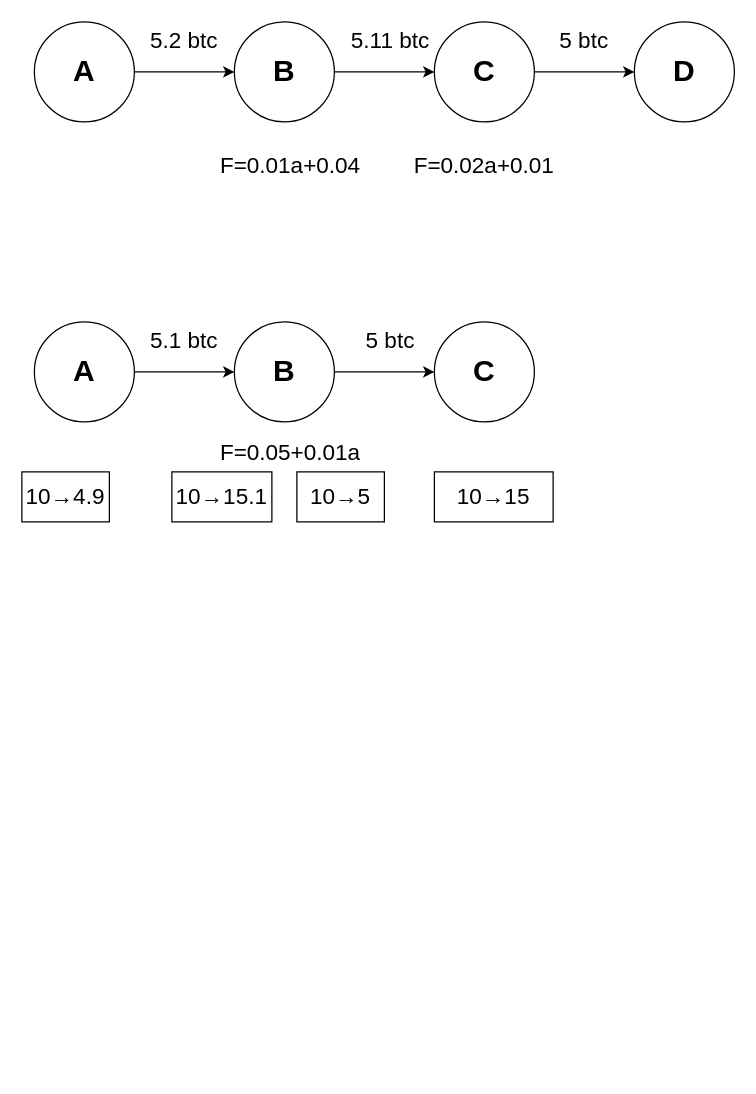
EM-FF/text keeps this draw.io diagram as 支付通道网络中借助其他节点转账.drawio. Above is the earlier version. Source tidied: cells renumbered, new cells numbered last; positions are measured from the earlier drawing's top-left corner, leaving out a move shared by most shapes. Both pictures are drawn from the tidied source at 125%, with x=0, y=0 at pixel (21, 21).
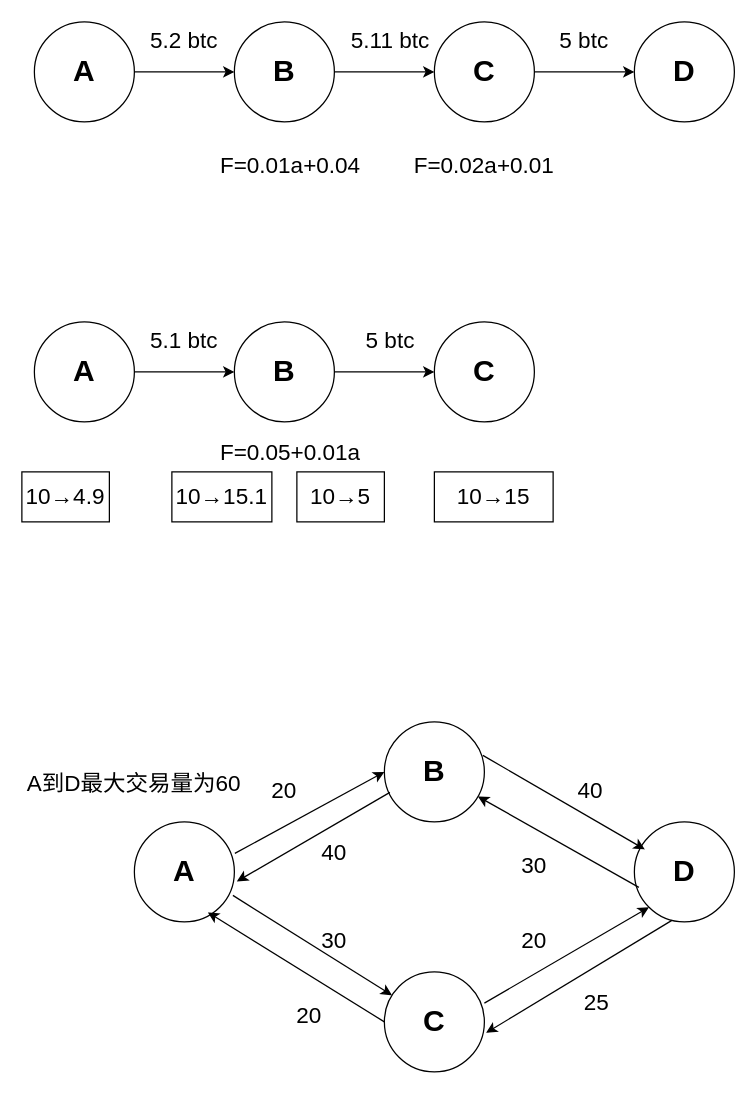
The same page after the edit.

Commit message:
更新支付通道网络中借助其他节点转账.drawio

Change to the diagram source:
```diff
@@
+    <mxCell id="26" value="&lt;font style=&quot;font-size: 24px;&quot;&gt;&lt;b&gt;A&lt;/b&gt;&lt;/font&gt;" style="ellipse;whiteSpace=wrap;html=1;" parent="1" vertex="1">
+      <mxGeometry x="90" y="640" width="80" height="80" as="geometry" />
+    </mxCell>
+    <mxCell id="27" value="&lt;span style=&quot;font-size: 24px;&quot;&gt;&lt;b&gt;C&lt;/b&gt;&lt;/span&gt;" style="ellipse;whiteSpace=wrap;html=1;" parent="1" vertex="1">
+      <mxGeometry x="290" y="760" width="80" height="80" as="geometry" />
+    </mxCell>
+    <mxCell id="28" value="&lt;span style=&quot;font-size: 24px;&quot;&gt;&lt;b&gt;D&lt;/b&gt;&lt;/span&gt;" style="ellipse;whiteSpace=wrap;html=1;" parent="1" vertex="1">
+      <mxGeometry x="490" y="640" width="80" height="80" as="geometry" />
+    </mxCell>
+    <mxCell id="29" value="&lt;span style=&quot;font-size: 24px;&quot;&gt;&lt;b&gt;B&lt;/b&gt;&lt;/span&gt;" style="ellipse;whiteSpace=wrap;html=1;" parent="1" vertex="1">
+      <mxGeometry x="290" y="560" width="80" height="80" as="geometry" />
+    </mxCell>
+    <mxCell id="30" style="endArrow=classic;html=1;rounded=0;exitX=1.005;exitY=0.315;exitDx=0;exitDy=0;exitPerimeter=0;entryX=0;entryY=0.5;entryDx=0;entryDy=0;" parent="1" edge="1" source="26" target="29">
+      <mxGeometry relative="1" as="geometry" />
+    </mxCell>
+    <mxCell id="31" style="endArrow=classic;html=1;rounded=0;exitX=0.985;exitY=0.735;exitDx=0;exitDy=0;exitPerimeter=0;" parent="1" edge="1" source="26" target="27">
+      <mxGeometry relative="1" as="geometry" />
+    </mxCell>
+    <mxCell id="32" style="endArrow=classic;html=1;rounded=0;entryX=0.105;entryY=0.275;entryDx=0;entryDy=0;exitX=0.985;exitY=0.335;exitDx=0;exitDy=0;exitPerimeter=0;entryPerimeter=0;" parent="1" edge="1" source="29" target="28">
+      <mxGeometry relative="1" as="geometry" />
+    </mxCell>
+    <mxCell id="33" style="endArrow=classic;html=1;rounded=0;exitX=0;exitY=0.5;exitDx=0;exitDy=0;entryX=0.735;entryY=0.905;entryDx=0;entryDy=0;entryPerimeter=0;" parent="1" edge="1" source="27" target="26">
+      <mxGeometry relative="1" as="geometry" />
+    </mxCell>
+    <mxCell id="34" style="endArrow=classic;html=1;rounded=0;exitX=0.045;exitY=0.655;exitDx=0;exitDy=0;exitPerimeter=0;" parent="1" edge="1" source="28" target="29">
+      <mxGeometry relative="1" as="geometry" />
+    </mxCell>
+    <mxCell id="35" style="endArrow=classic;html=1;rounded=0;exitX=1.005;exitY=0.315;exitDx=0;exitDy=0;exitPerimeter=0;entryX=0;entryY=1;entryDx=0;entryDy=0;" parent="1" edge="1" target="28">
+      <mxGeometry relative="1" as="geometry">
+        <mxPoint x="370" y="785" as="sourcePoint" />
+      </mxGeometry>
+    </mxCell>
+    <mxCell id="36" style="endArrow=classic;html=1;rounded=0;exitX=0.055;exitY=0.705;exitDx=0;exitDy=0;exitPerimeter=0;entryX=1.025;entryY=0.595;entryDx=0;entryDy=0;entryPerimeter=0;" parent="1" edge="1" source="29" target="26">
+      <mxGeometry relative="1" as="geometry" />
+    </mxCell>
+    <mxCell id="37" style="endArrow=classic;html=1;rounded=0;exitX=0.375;exitY=0.985;exitDx=0;exitDy=0;exitPerimeter=0;entryX=1.017;entryY=0.61;entryDx=0;entryDy=0;entryPerimeter=0;" parent="1" edge="1" source="28" target="27">
+      <mxGeometry relative="1" as="geometry" />
+    </mxCell>
+    <mxCell id="38" value="&lt;span style=&quot;font-size: 18px;&quot;&gt;20&lt;/span&gt;" style="text;html=1;align=center;verticalAlign=middle;whiteSpace=wrap;rounded=0;" parent="1" vertex="1">
+      <mxGeometry x="180" y="600" width="60" height="30" as="geometry" />
+    </mxCell>
+    <mxCell id="39" value="&lt;span style=&quot;font-size: 18px;&quot;&gt;40&lt;/span&gt;" style="text;html=1;align=center;verticalAlign=middle;whiteSpace=wrap;rounded=0;" parent="1" vertex="1">
+      <mxGeometry x="425" y="600" width="60" height="30" as="geometry" />
+    </mxCell>
+    <mxCell id="40" value="&lt;span style=&quot;font-size: 18px;&quot;&gt;40&lt;/span&gt;" style="text;html=1;align=center;verticalAlign=middle;whiteSpace=wrap;rounded=0;" parent="1" vertex="1">
+      <mxGeometry x="220" y="650" width="60" height="30" as="geometry" />
+    </mxCell>
+    <mxCell id="41" value="&lt;span style=&quot;font-size: 18px;&quot;&gt;30&lt;/span&gt;" style="text;html=1;align=center;verticalAlign=middle;whiteSpace=wrap;rounded=0;" parent="1" vertex="1">
+      <mxGeometry x="380" y="660" width="60" height="30" as="geometry" />
+    </mxCell>
+    <mxCell id="42" value="&lt;span style=&quot;font-size: 18px;&quot;&gt;30&lt;/span&gt;" style="text;html=1;align=center;verticalAlign=middle;whiteSpace=wrap;rounded=0;" parent="1" vertex="1">
+      <mxGeometry x="220" y="720" width="60" height="30" as="geometry" />
+    </mxCell>
+    <mxCell id="43" value="&lt;span style=&quot;font-size: 18px;&quot;&gt;20&lt;/span&gt;" style="text;html=1;align=center;verticalAlign=middle;whiteSpace=wrap;rounded=0;" parent="1" vertex="1">
+      <mxGeometry x="380" y="720" width="60" height="30" as="geometry" />
+    </mxCell>
+    <mxCell id="44" value="&lt;span style=&quot;font-size: 18px;&quot;&gt;20&lt;/span&gt;" style="text;html=1;align=center;verticalAlign=middle;whiteSpace=wrap;rounded=0;" parent="1" vertex="1">
+      <mxGeometry x="200" y="780" width="60" height="30" as="geometry" />
+    </mxCell>
+    <mxCell id="45" value="&lt;span style=&quot;font-size: 18px;&quot;&gt;25&lt;/span&gt;" style="text;html=1;align=center;verticalAlign=middle;whiteSpace=wrap;rounded=0;" parent="1" vertex="1">
+      <mxGeometry x="430" y="770" width="60" height="30" as="geometry" />
+    </mxCell>
+    <mxCell id="46" value="&lt;span style=&quot;font-size: 18px;&quot;&gt;A到D&lt;/span&gt;&lt;span style=&quot;font-size: 18px; background-color: transparent; color: light-dark(rgb(0, 0, 0), rgb(255, 255, 255));&quot;&gt;最大交易量为60&lt;/span&gt;" style="text;html=1;align=center;verticalAlign=middle;whiteSpace=wrap;rounded=0;" parent="1" vertex="1">
+      <mxGeometry y="590" width="180" height="40" as="geometry" />
+    </mxCell>
```
